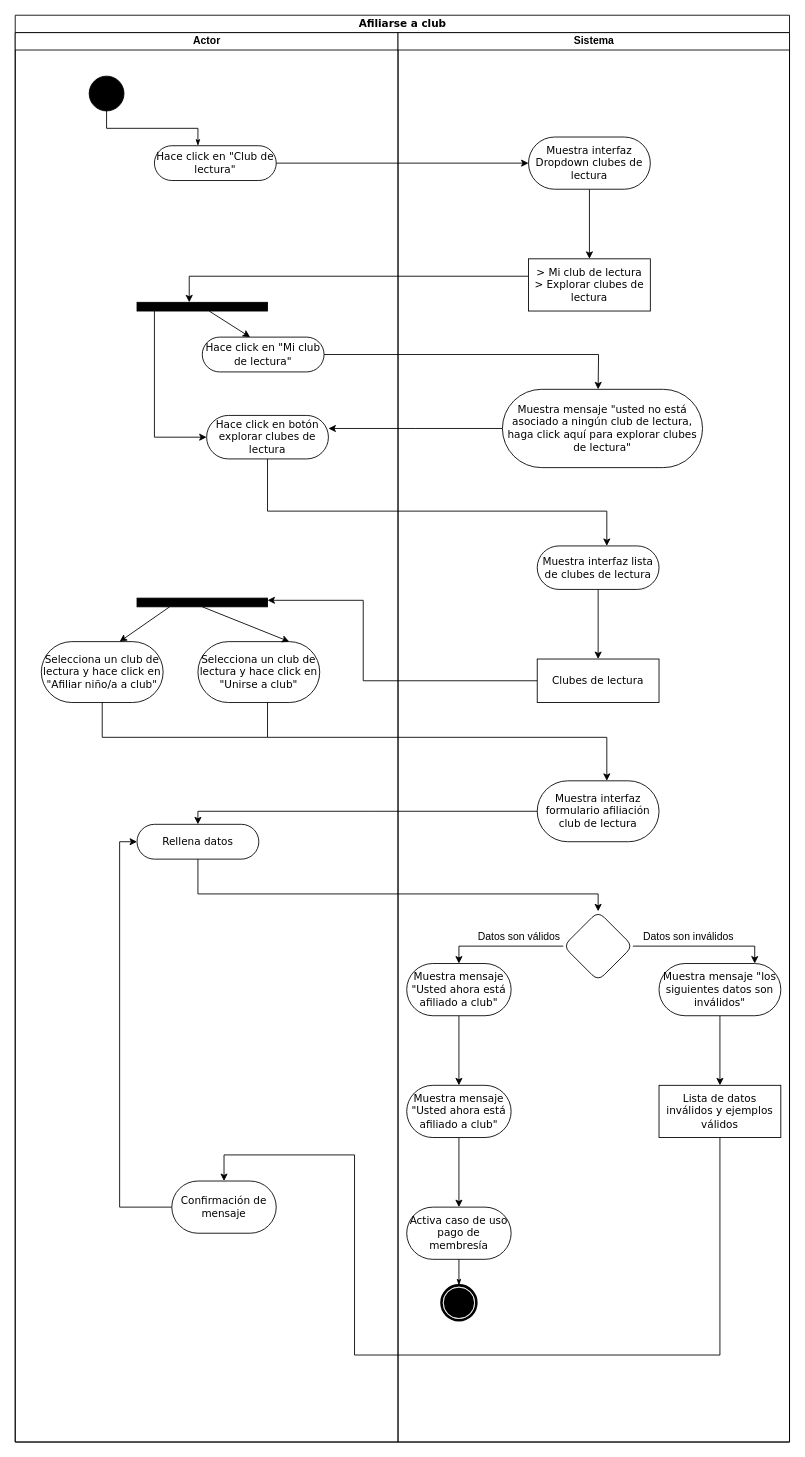
Earlier version of the draw.io diagram DB I/Activity I join club.drawio (NeutronBlast/IS-Ex). Source tidied: cells renumbered, new cells numbered last; positions are measured from the earlier drawing's top-left corner, leaving out a move shared by most shapes. Both pictures are drawn from the tidied source at 87%, with x=0, y=0 at pixel (15, 15).
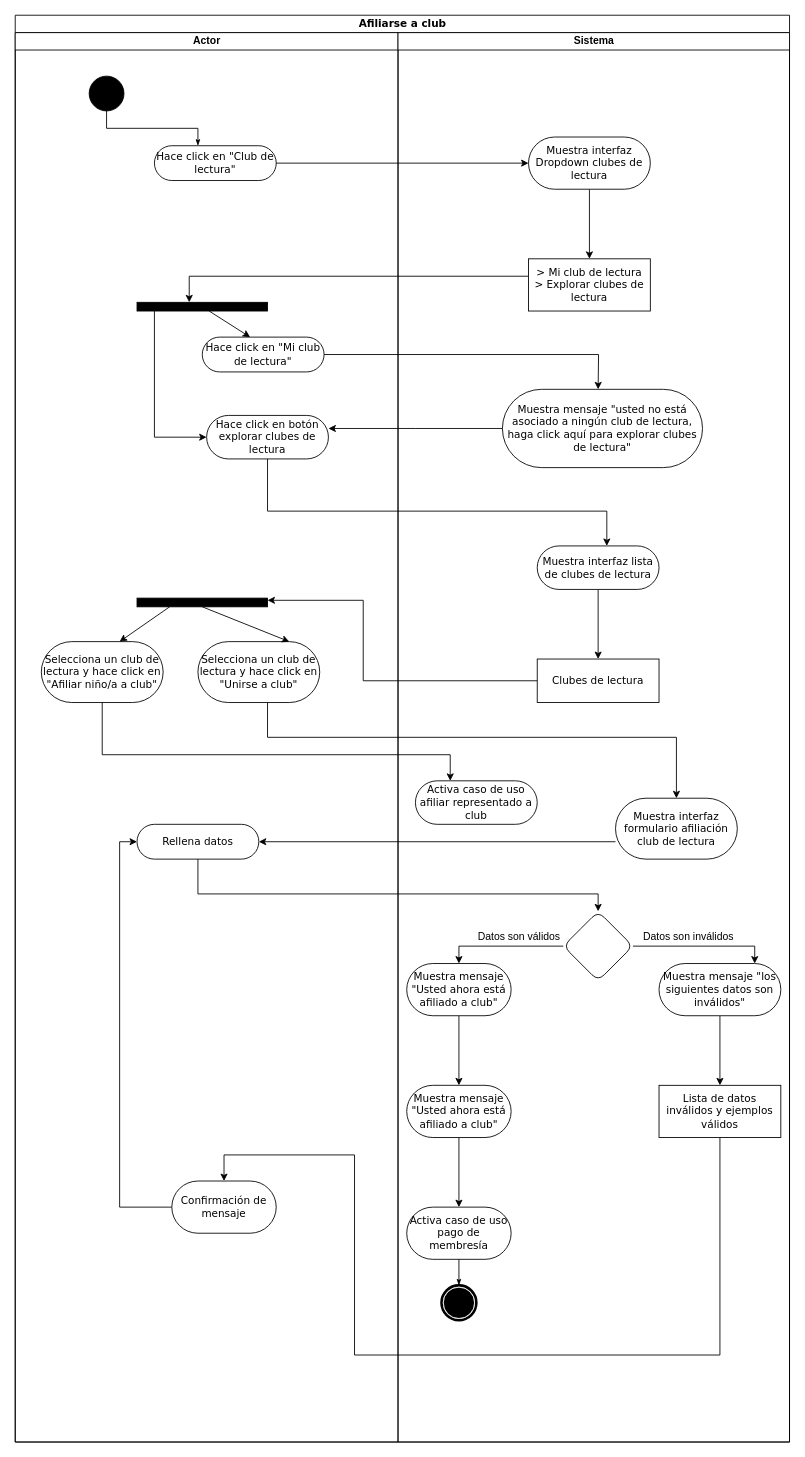
The same diagram, later.

The change refers to these unchanged cells:
```xml
<mxCell id="2" value="Afiliarse a club" style="swimlane;html=1;startSize=20;rounded=0;shadow=0;comic=0;labelBackgroundColor=none;strokeColor=#000000;strokeWidth=1;fillColor=#ffffff;fontFamily=Verdana;fontSize=12;fontColor=#000000;align=center;" parent="1" vertex="1">
  <mxGeometry width="890" height="1640" as="geometry" />
</mxCell>
<mxCell id="10" value="Selecciona un club de lectura y hace click en &quot;Unirse a club&quot;" style="rounded=1;whiteSpace=wrap;html=1;shadow=0;comic=0;labelBackgroundColor=none;strokeColor=#000000;strokeWidth=1;fillColor=#ffffff;fontFamily=Verdana;fontSize=12;fontColor=#000000;align=center;arcSize=50;" parent="3" vertex="1">
  <mxGeometry x="210" y="700" width="140" height="70" as="geometry" />
</mxCell>
<mxCell id="13" value="Selecciona un club de lectura y hace click en &quot;Afiliar niño/a a club&quot;" style="rounded=1;whiteSpace=wrap;html=1;shadow=0;comic=0;labelBackgroundColor=none;strokeColor=#000000;strokeWidth=1;fillColor=#ffffff;fontFamily=Verdana;fontSize=12;fontColor=#000000;align=center;arcSize=50;" parent="3" vertex="1">
  <mxGeometry x="30" y="700" width="140" height="70" as="geometry" />
</mxCell>
<mxCell id="14" value="Rellena datos" style="rounded=1;whiteSpace=wrap;html=1;shadow=0;comic=0;labelBackgroundColor=none;strokeColor=#000000;strokeWidth=1;fillColor=#ffffff;fontFamily=Verdana;fontSize=12;fontColor=#000000;align=center;arcSize=50;" parent="3" vertex="1">
  <mxGeometry x="140" y="910" width="140" height="40" as="geometry" />
</mxCell>
<mxCell id="17" value="Sistema" style="swimlane;html=1;startSize=20;" parent="2" vertex="1">
  <mxGeometry x="440" y="20" width="450" height="1620" as="geometry" />
</mxCell>
```

Change to the diagram source:
```diff
@@
     <mxCell id="26" value="Muestra interfaz formulario afiliación club de lectura" style="rounded=1;whiteSpace=wrap;html=1;shadow=0;comic=0;labelBackgroundColor=none;strokeColor=#000000;strokeWidth=1;fillColor=#ffffff;fontFamily=Verdana;fontSize=12;fontColor=#000000;align=center;arcSize=50;" parent="17" vertex="1">
-      <mxGeometry x="160" y="860" width="140" height="70" as="geometry" />
+      <mxGeometry x="250" y="880" width="140" height="70" as="geometry" />
     </mxCell>
@@
+    <mxCell id="55" value="Activa caso de uso afiliar representado a club" style="rounded=1;whiteSpace=wrap;html=1;shadow=0;comic=0;labelBackgroundColor=none;strokeColor=#000000;strokeWidth=1;fillColor=#ffffff;fontFamily=Verdana;fontSize=12;fontColor=#000000;align=center;arcSize=50;" parent="17" vertex="1">
+      <mxGeometry x="20" y="860" width="140" height="50" as="geometry" />
+    </mxCell>
@@
+    <mxCell id="52" style="edgeStyle=orthogonalEdgeStyle;rounded=0;jettySize=auto;html=1;endArrow=classic;endFill=1;" parent="2" edge="1" target="14">
+      <mxGeometry relative="1" as="geometry">
+        <mxPoint x="690" y="950" as="sourcePoint" />
+        <Array as="points">
+          <mxPoint x="690" y="950" />
+        </Array>
+      </mxGeometry>
+    </mxCell>
+    <mxCell id="49" style="edgeStyle=orthogonalEdgeStyle;rounded=0;jettySize=auto;html=1;entryX=0.5;entryY=0;entryDx=0;entryDy=0;" parent="2" edge="1" source="10" target="26">
+      <mxGeometry relative="1" as="geometry">
+        <Array as="points">
+          <mxPoint x="290" y="830" />
+          <mxPoint x="760" y="830" />
+        </Array>
+      </mxGeometry>
+    </mxCell>
@@
-    <mxCell id="49" style="edgeStyle=orthogonalEdgeStyle;rounded=0;jettySize=auto;html=1;" parent="1" edge="1" source="10">
-      <mxGeometry relative="1" as="geometry">
-        <mxPoint x="680" y="880" as="targetPoint" />
-        <Array as="points">
-          <mxPoint x="290" y="830" />
-          <mxPoint x="680" y="830" />
-        </Array>
-      </mxGeometry>
-    </mxCell>
@@
-    <mxCell id="51" style="rounded=0;jettySize=auto;html=1;endArrow=none;endFill=0;edgeStyle=orthogonalEdgeStyle;" parent="1" edge="1" source="13">
-      <mxGeometry relative="1" as="geometry">
-        <mxPoint x="290" y="830" as="targetPoint" />
-        <Array as="points">
-          <mxPoint x="100" y="830" />
-        </Array>
-      </mxGeometry>
-    </mxCell>
-    <mxCell id="52" style="edgeStyle=orthogonalEdgeStyle;rounded=0;jettySize=auto;html=1;endArrow=classic;endFill=1;exitX=0;exitY=0.5;exitDx=0;exitDy=0;" parent="1" edge="1" source="26">
-      <mxGeometry relative="1" as="geometry">
-        <mxPoint x="210" y="930" as="targetPoint" />
-        <Array as="points">
-          <mxPoint x="410" y="915" />
-          <mxPoint x="410" y="915" />
-        </Array>
-      </mxGeometry>
-    </mxCell>
@@
+    <mxCell id="56" style="edgeStyle=orthogonalEdgeStyle;rounded=0;jettySize=auto;html=1;endArrow=classic;endFill=1;" parent="1" edge="1" source="13">
+      <mxGeometry relative="1" as="geometry">
+        <mxPoint x="500" y="880" as="targetPoint" />
+        <Array as="points">
+          <mxPoint x="100" y="850" />
+          <mxPoint x="500" y="850" />
+        </Array>
+      </mxGeometry>
+    </mxCell>
```
